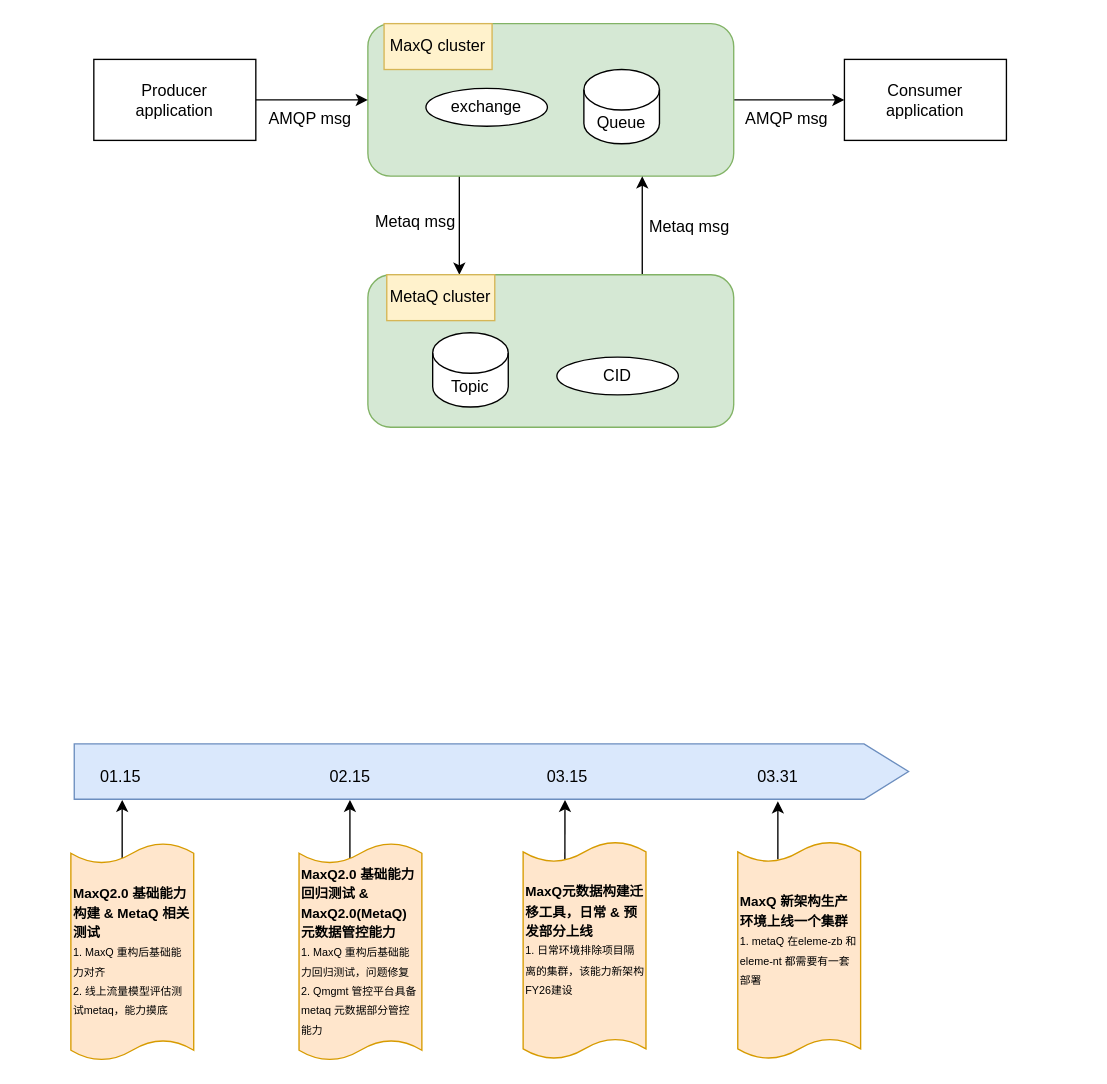
Earlier version of the draw.io diagram eleme/Untitled Diagram.drawio (zhangwm1987/mydraw_io). Source tidied: cells renumbered, new cells numbered last; positions are measured from the earlier drawing's top-left corner, leaving out a move shared by most shapes. Both pictures are drawn from the tidied source at 135%, with x=0, y=0 at pixel (70, 23).
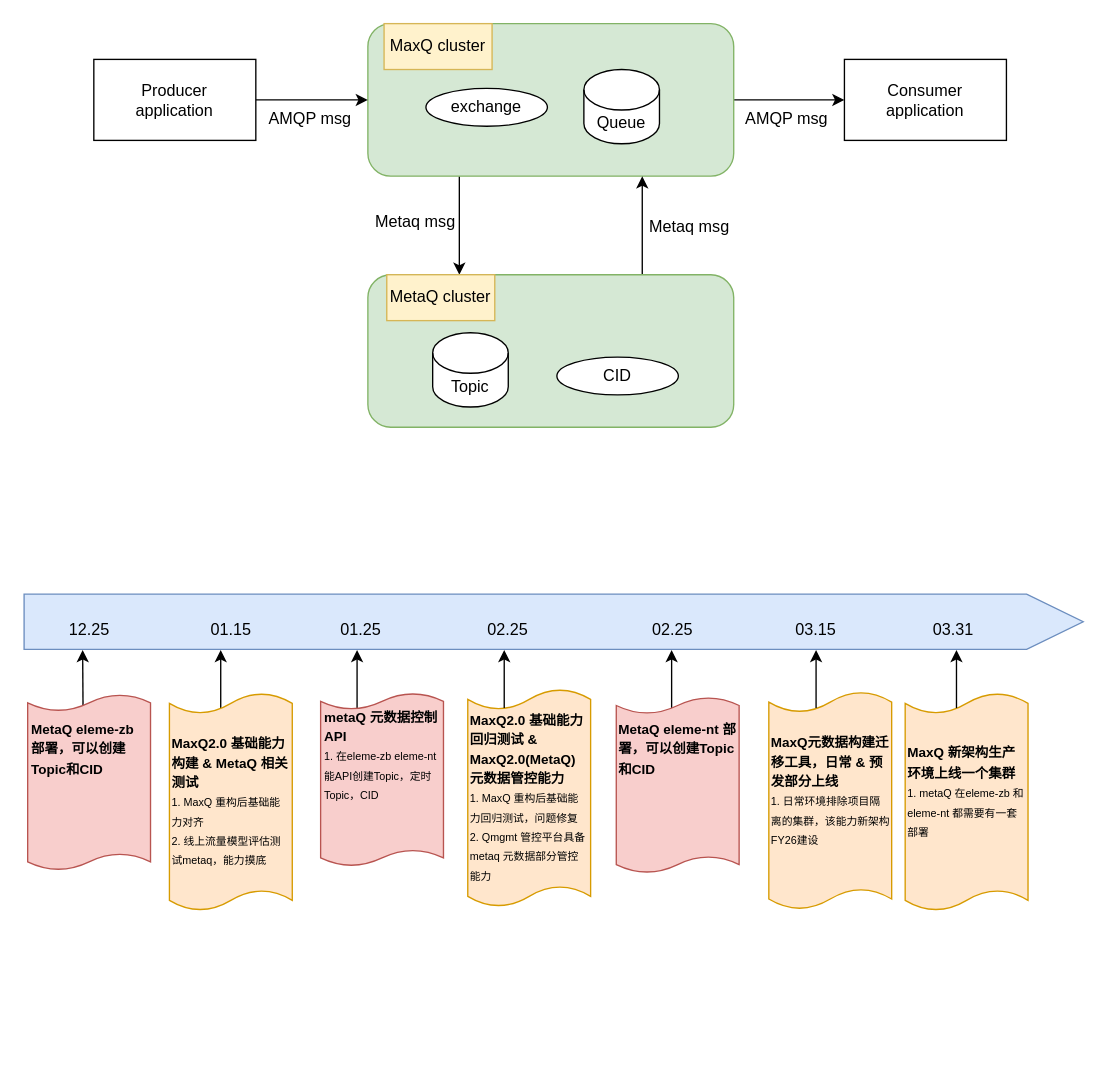
After the change.

The edit, as a diff of the source:
```diff
@@
     <mxCell id="20" style="shape=offPageConnector;whiteSpace=wrap;html=1;rotation=-90;size=0.05337643678160886;fillColor=#dae8fc;strokeColor=#6c8ebf;" parent="1" vertex="1">
-      <mxGeometry x="291" y="245" width="41" height="618" as="geometry" />
+      <mxGeometry x="337.1" y="50.8" width="41" height="784.5" as="geometry" />
     </mxCell>
     <mxCell id="21" style="endArrow=classic;html=1;rounded=0;" parent="1" edge="1">
       <mxGeometry relative="1" as="geometry">
-        <mxPoint x="38" y="618" as="sourcePoint" />
-        <mxPoint x="38" y="575" as="targetPoint" />
+        <mxPoint x="111" y="507" as="sourcePoint" />
+        <mxPoint x="111" y="464" as="targetPoint" />
       </mxGeometry>
     </mxCell>
     <mxCell id="22" value="01.15" style="text;html=1;align=center;verticalAlign=middle;whiteSpace=wrap;rounded=0;" parent="1" vertex="1">
-      <mxGeometry x="7" y="543" width="60" height="30" as="geometry" />
+      <mxGeometry x="88.5" y="434" width="60" height="30" as="geometry" />
     </mxCell>
     <mxCell id="23" style="shape=tape;whiteSpace=wrap;html=1;size=0.09390220144165286;fillColor=#ffe6cc;strokeColor=#d79b00;" parent="1" vertex="1">
-      <mxGeometry y="607" width="91" height="161" as="geometry" />
+      <mxGeometry x="73" y="496" width="91" height="161" as="geometry" />
     </mxCell>
     <mxCell id="24" value="&lt;font style=&quot;font-size: 10px;&quot;&gt;&lt;b style=&quot;&quot;&gt;MaxQ2.0 基础能力构建 &amp;amp; MetaQ 相关测试&lt;/b&gt;&lt;/font&gt;&lt;div&gt;&lt;font style=&quot;font-size: 8px;&quot;&gt;1. MaxQ 重构后基础能力对齐&lt;/font&gt;&lt;/div&gt;&lt;div&gt;&lt;font style=&quot;font-size: 8px;&quot;&gt;2. 线上流量模型评估测试metaq，能力摸底&lt;/font&gt;&lt;/div&gt;" style="text;html=1;align=left;verticalAlign=middle;whiteSpace=wrap;rounded=0;" parent="1" vertex="1">
-      <mxGeometry y="628" width="90" height="117" as="geometry" />
+      <mxGeometry x="73" y="517" width="90" height="117" as="geometry" />
     </mxCell>
-    <mxCell id="25" value="02.15" style="text;html=1;align=center;verticalAlign=middle;whiteSpace=wrap;rounded=0;" parent="1" vertex="1">
-      <mxGeometry x="177" y="543" width="60" height="30" as="geometry" />
+    <mxCell id="25" value="01.25" style="text;html=1;align=center;verticalAlign=middle;whiteSpace=wrap;rounded=0;" parent="1" vertex="1">
+      <mxGeometry x="185" y="434" width="60" height="30" as="geometry" />
     </mxCell>
     <mxCell id="26" style="endArrow=classic;html=1;rounded=0;" parent="1" edge="1">
       <mxGeometry relative="1" as="geometry">
-        <mxPoint x="206.7" y="618" as="sourcePoint" />
-        <mxPoint x="206.7" y="575" as="targetPoint" />
+        <mxPoint x="212" y="507" as="sourcePoint" />
+        <mxPoint x="212" y="464" as="targetPoint" />
       </mxGeometry>
     </mxCell>
     <mxCell id="27" style="shape=tape;whiteSpace=wrap;html=1;size=0.09390220144165286;fillColor=#ffe6cc;strokeColor=#d79b00;" parent="1" vertex="1">
-      <mxGeometry x="169" y="607" width="91" height="161" as="geometry" />
+      <mxGeometry x="294" y="493" width="91" height="161" as="geometry" />
     </mxCell>
     <mxCell id="28" value="&lt;font style=&quot;font-size: 10px;&quot;&gt;&lt;b style=&quot;&quot;&gt;MaxQ2.0 基础能力回归测试 &amp;amp; MaxQ2.0(MetaQ)元数据管控能力&lt;/b&gt;&lt;/font&gt;&lt;div&gt;&lt;font style=&quot;font-size: 8px;&quot;&gt;1. MaxQ 重构后基础能力回归测试，问题修复&lt;/font&gt;&lt;/div&gt;&lt;div&gt;&lt;font style=&quot;font-size: 8px;&quot;&gt;2. Qmgmt 管控平台具备metaq 元数据部分管控能力&lt;/font&gt;&lt;/div&gt;" style="text;html=1;align=left;verticalAlign=middle;whiteSpace=wrap;rounded=0;" parent="1" vertex="1">
-      <mxGeometry x="169" y="628" width="90" height="117" as="geometry" />
+      <mxGeometry x="294" y="514" width="90" height="117" as="geometry" />
     </mxCell>
-    <mxCell id="29" value="03.15" style="text;html=1;align=center;verticalAlign=middle;whiteSpace=wrap;rounded=0;" parent="1" vertex="1">
-      <mxGeometry x="338" y="543" width="60" height="30" as="geometry" />
+    <mxCell id="29" value="02.25" style="text;html=1;align=center;verticalAlign=middle;whiteSpace=wrap;rounded=0;" parent="1" vertex="1">
+      <mxGeometry x="294" y="434" width="60" height="30" as="geometry" />
     </mxCell>
-    <mxCell id="30" style="endArrow=classic;html=1;rounded=0;exitX=0.34;exitY=0.084;exitDx=0;exitDy=0;exitPerimeter=0;" parent="1" edge="1" source="31">
-      <mxGeometry relative="1" as="geometry">
-        <mxPoint x="366" y="575" as="targetPoint" />
-      </mxGeometry>
-    </mxCell>
     <mxCell id="31" style="shape=tape;whiteSpace=wrap;html=1;size=0.09390220144165286;fillColor=#ffe6cc;strokeColor=#d79b00;" parent="1" vertex="1">
-      <mxGeometry x="335" y="606" width="91" height="161" as="geometry" />
+      <mxGeometry x="517" y="495" width="91" height="161" as="geometry" />
     </mxCell>
     <mxCell id="32" value="&lt;font style=&quot;font-size: 10px;&quot;&gt;&lt;b&gt;MaxQ元数据构建迁移工具，日常 &amp;amp; 预发部分上线&lt;/b&gt;&lt;/font&gt;&lt;div&gt;&lt;font style=&quot;&quot;&gt;&lt;font style=&quot;font-size: 8px;&quot;&gt;1. 日常环境排除项目隔离的集群，该能力新架构FY26建设&lt;/font&gt;&lt;br&gt;&lt;/font&gt;&lt;div&gt;&lt;br&gt;&lt;/div&gt;&lt;/div&gt;" style="text;html=1;align=left;verticalAlign=middle;whiteSpace=wrap;rounded=0;" parent="1" vertex="1">
-      <mxGeometry x="335" y="627" width="90" height="117" as="geometry" />
+      <mxGeometry x="517" y="516" width="90" height="117" as="geometry" />
     </mxCell>
-    <mxCell id="33" value="03.31" style="text;html=1;align=center;verticalAlign=middle;whiteSpace=wrap;rounded=0;" parent="1" vertex="1">
-      <mxGeometry x="494" y="543" width="60" height="30" as="geometry" />
+    <mxCell id="33" value="03.15" style="text;html=1;align=center;verticalAlign=middle;whiteSpace=wrap;rounded=0;" parent="1" vertex="1">
+      <mxGeometry x="522" y="434" width="60" height="30" as="geometry" />
     </mxCell>
     <mxCell id="34" style="endArrow=classic;html=1;rounded=0;" parent="1" edge="1">
       <mxGeometry relative="1" as="geometry">
-        <mxPoint x="523.7" y="619" as="sourcePoint" />
-        <mxPoint x="523.7" y="576" as="targetPoint" />
+        <mxPoint x="552" y="507" as="sourcePoint" />
+        <mxPoint x="552" y="464" as="targetPoint" />
       </mxGeometry>
     </mxCell>
     <mxCell id="35" style="shape=tape;whiteSpace=wrap;html=1;size=0.09390220144165286;fillColor=#ffe6cc;strokeColor=#d79b00;" parent="1" vertex="1">
-      <mxGeometry x="494" y="606" width="91" height="161" as="geometry" />
+      <mxGeometry x="618" y="496" width="91" height="161" as="geometry" />
     </mxCell>
     <mxCell id="36" value="&lt;span style=&quot;font-size: 10px;&quot;&gt;&lt;b&gt;MaxQ 新架构生产环境上线一个集群&lt;/b&gt;&lt;/span&gt;&lt;br&gt;&lt;div&gt;&lt;font style=&quot;&quot;&gt;&lt;font style=&quot;font-size: 8px;&quot;&gt;1. metaQ 在eleme-zb 和eleme-nt 都需要有一套部署&lt;/font&gt;&lt;br&gt;&lt;/font&gt;&lt;div&gt;&lt;br&gt;&lt;/div&gt;&lt;/div&gt;" style="text;html=1;align=left;verticalAlign=middle;whiteSpace=wrap;rounded=0;" parent="1" vertex="1">
-      <mxGeometry x="494" y="627" width="90" height="117" as="geometry" />
+      <mxGeometry x="618" y="517" width="90" height="117" as="geometry" />
     </mxCell>
+    <mxCell id="37" value="12.25" style="text;html=1;align=center;verticalAlign=middle;whiteSpace=wrap;rounded=0;" parent="1" vertex="1">
+      <mxGeometry x="-16" y="434" width="60" height="30" as="geometry" />
+    </mxCell>
+    <mxCell id="38" style="endArrow=classic;html=1;rounded=0;entryX=0.412;entryY=1.002;entryDx=0;entryDy=0;entryPerimeter=0;" parent="1" edge="1" target="37">
+      <mxGeometry relative="1" as="geometry">
+        <mxPoint x="9" y="505" as="sourcePoint" />
+      </mxGeometry>
+    </mxCell>
+    <mxCell id="39" style="shape=tape;whiteSpace=wrap;html=1;size=0.09390220144165286;fillColor=#f8cecc;strokeColor=#b85450;" parent="1" vertex="1">
+      <mxGeometry x="-32" y="497" width="91" height="130" as="geometry" />
+    </mxCell>
+    <mxCell id="40" value="&lt;span style=&quot;font-size: 10px;&quot;&gt;&lt;b&gt;MetaQ eleme-zb 部署，可以创建Topic和CID&lt;/b&gt;&lt;/span&gt;" style="text;html=1;align=left;verticalAlign=middle;whiteSpace=wrap;rounded=0;" parent="1" vertex="1">
+      <mxGeometry x="-31" y="514" width="90" height="46" as="geometry" />
+    </mxCell>
+    <mxCell id="41" style="shape=tape;whiteSpace=wrap;html=1;size=0.09390220144165286;fillColor=#f8cecc;strokeColor=#b85450;" parent="1" vertex="1">
+      <mxGeometry x="185" y="496" width="91" height="128" as="geometry" />
+    </mxCell>
+    <mxCell id="42" value="&lt;span style=&quot;font-size: 10px;&quot;&gt;&lt;b&gt;metaQ 元数据控制API&lt;/b&gt;&lt;/span&gt;&lt;div&gt;&lt;font style=&quot;font-size: 8px;&quot;&gt;1. 在eleme-zb eleme-nt能API创建Topic，定时Topic，CID&lt;/font&gt;&lt;/div&gt;" style="text;html=1;align=left;verticalAlign=middle;whiteSpace=wrap;rounded=0;" parent="1" vertex="1">
+      <mxGeometry x="186" y="519" width="90" height="46" as="geometry" />
+    </mxCell>
+    <mxCell id="43" style="endArrow=classic;html=1;rounded=0;" parent="1" edge="1">
+      <mxGeometry relative="1" as="geometry">
+        <mxPoint x="321" y="507" as="sourcePoint" />
+        <mxPoint x="321" y="464" as="targetPoint" />
+      </mxGeometry>
+    </mxCell>
+    <mxCell id="44" style="endArrow=classic;html=1;rounded=0;" parent="1" edge="1">
+      <mxGeometry relative="1" as="geometry">
+        <mxPoint x="656" y="507" as="sourcePoint" />
+        <mxPoint x="656" y="464" as="targetPoint" />
+      </mxGeometry>
+    </mxCell>
+    <mxCell id="45" value="03.31" style="text;html=1;align=center;verticalAlign=middle;whiteSpace=wrap;rounded=0;" parent="1" vertex="1">
+      <mxGeometry x="624" y="434" width="60" height="30" as="geometry" />
+    </mxCell>
+    <mxCell id="46" value="02.25" style="text;html=1;align=center;verticalAlign=middle;whiteSpace=wrap;rounded=0;" parent="1" vertex="1">
+      <mxGeometry x="416" y="434" width="60" height="30" as="geometry" />
+    </mxCell>
+    <mxCell id="47" style="endArrow=classic;html=1;rounded=0;" parent="1" edge="1">
+      <mxGeometry relative="1" as="geometry">
+        <mxPoint x="445" y="507" as="sourcePoint" />
+        <mxPoint x="445" y="464" as="targetPoint" />
+      </mxGeometry>
+    </mxCell>
+    <mxCell id="48" style="shape=tape;whiteSpace=wrap;html=1;size=0.09390220144165286;fillColor=#f8cecc;strokeColor=#b85450;" parent="1" vertex="1">
+      <mxGeometry x="404" y="499" width="91" height="130" as="geometry" />
+    </mxCell>
+    <mxCell id="49" value="&lt;span style=&quot;font-size: 10px;&quot;&gt;&lt;b&gt;MetaQ eleme-nt 部署，可以创建Topic和CID&lt;/b&gt;&lt;/span&gt;" style="text;html=1;align=left;verticalAlign=middle;whiteSpace=wrap;rounded=0;" parent="1" vertex="1">
+      <mxGeometry x="404" y="514" width="90" height="46" as="geometry" />
+    </mxCell>
```
